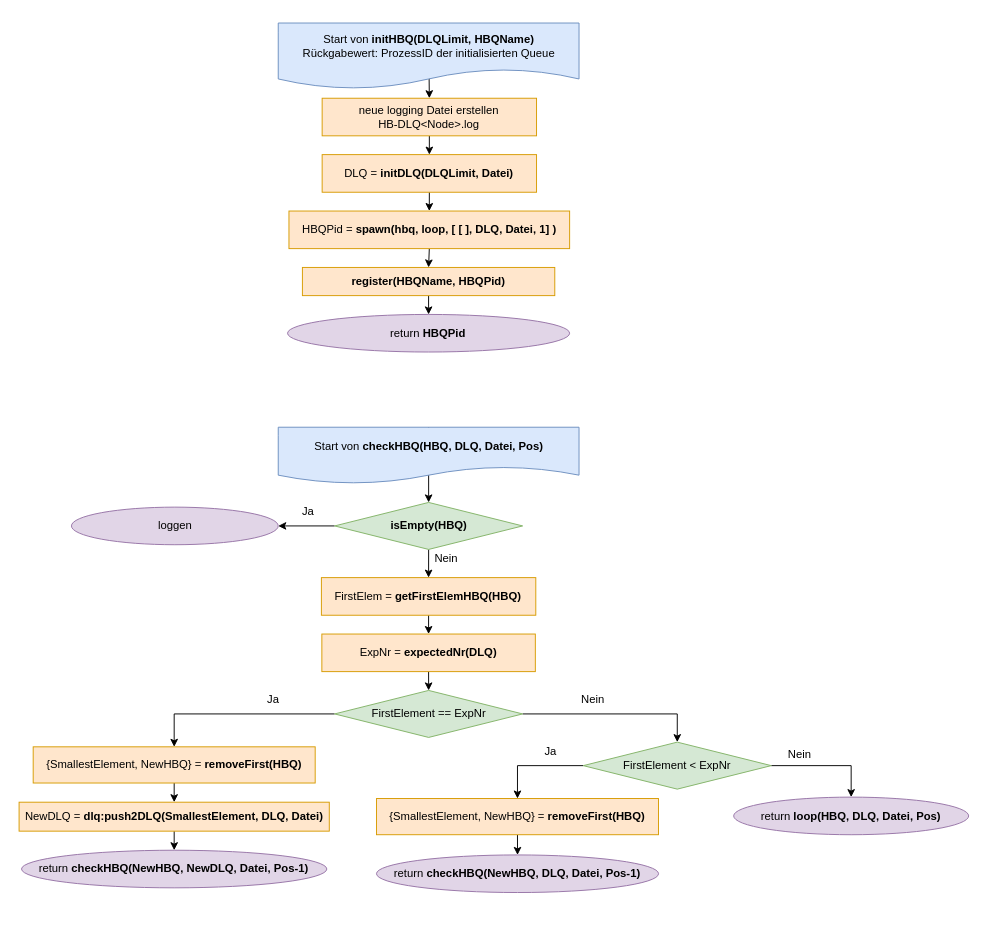
Before: Grafiken:Bilder/draw.io/HBQ/1. initHBQ.drawio in krisschaaf/Hausarbeit_Erlang_Queues, a draw.io diagram. Source tidied: cells renumbered, new cells numbered last; positions are measured from the earlier drawing's top-left corner, leaving out a move shared by most shapes. Both pictures are drawn from the tidied source at 94%, with x=0, y=0 at pixel (19, 23).
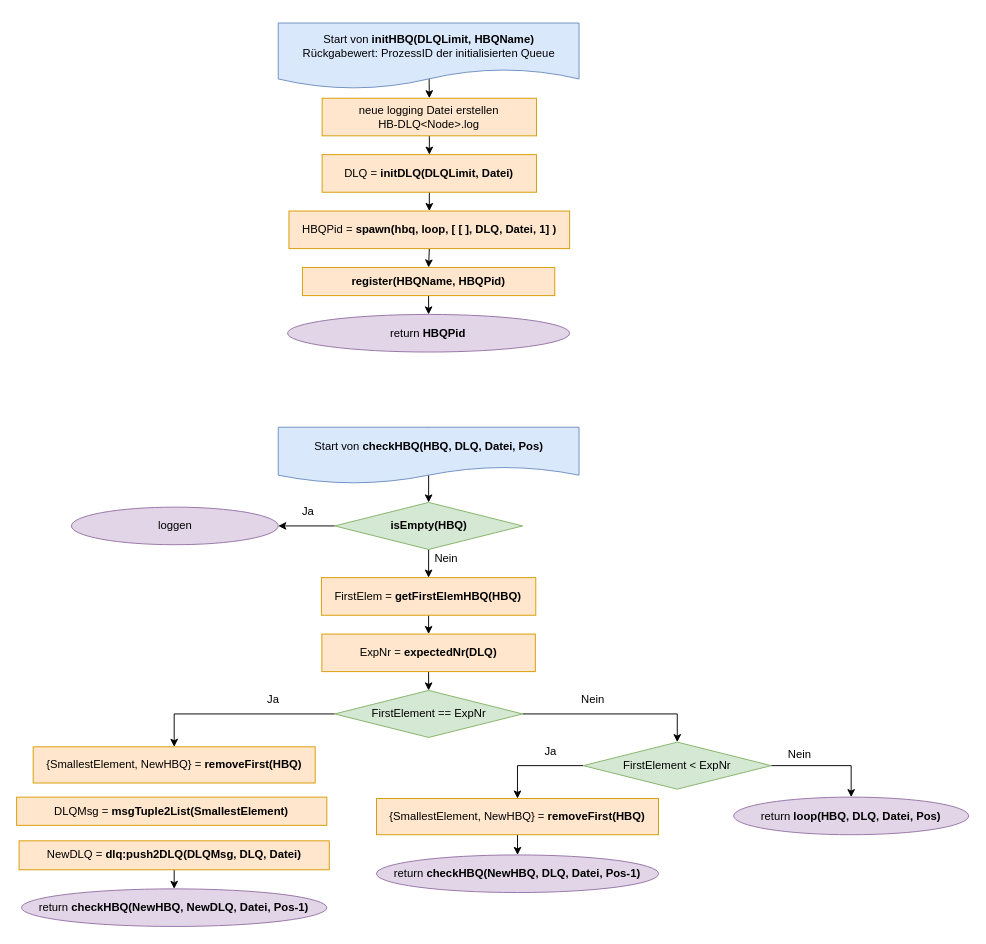
Above is the later version.

Unchanged cells that the change refers to:
```xml
<mxCell id="32" value="{SmallestElement, NewHBQ} = &lt;b&gt;removeFirst(HBQ)&lt;/b&gt;" style="rounded=0;whiteSpace=wrap;html=1;fillColor=#ffe6cc;strokeColor=#d79b00;" parent="1" vertex="1">
  <mxGeometry x="14.8" y="770" width="300" height="38.5" as="geometry" />
</mxCell>
```

What changed in the source:
```diff
@@
     <mxCell id="20" value="return &lt;b&gt;checkHBQ(NewHBQ, NewDLQ, Datei, Pos-1)&lt;/b&gt;" style="ellipse;whiteSpace=wrap;html=1;rounded=0;fillColor=#e1d5e7;strokeColor=#9673a6;" parent="1" vertex="1">
-      <mxGeometry x="2.4" y="880" width="324.8" height="40" as="geometry" />
+      <mxGeometry x="2.4" y="921.1" width="324.8" height="40" as="geometry" />
     </mxCell>
@@
-    <mxCell id="31" style="edgeStyle=orthogonalEdgeStyle;rounded=0;jettySize=auto;html=1;exitX=0.5;exitY=1;exitDx=0;exitDy=0;entryX=0.5;entryY=0;entryDx=0;entryDy=0;" parent="1" edge="1" source="32" target="34">
-      <mxGeometry relative="1" as="geometry" />
-    </mxCell>
@@
-    <mxCell id="34" value="NewDLQ = &lt;b&gt;dlq:push2DLQ(SmallestElement, DLQ, Datei)&lt;/b&gt;" style="rounded=0;whiteSpace=wrap;html=1;fillColor=#ffe6cc;strokeColor=#d79b00;" parent="1" vertex="1">
-      <mxGeometry x="-0.2" y="828.9" width="330" height="30.8" as="geometry" />
+    <mxCell id="34" value="NewDLQ = &lt;b&gt;dlq:push2DLQ(DLQMsg, DLQ, Datei)&lt;/b&gt;" style="rounded=0;whiteSpace=wrap;html=1;fillColor=#ffe6cc;strokeColor=#d79b00;" parent="1" vertex="1">
+      <mxGeometry x="-0.2" y="870" width="330" height="30.8" as="geometry" />
     </mxCell>
@@
+    <mxCell id="44" value="DLQMsg = &lt;b&gt;msgTuple2List(SmallestElement)&lt;/b&gt;" style="rounded=0;whiteSpace=wrap;html=1;fillColor=#ffe6cc;strokeColor=#d79b00;" parent="1" vertex="1">
+      <mxGeometry x="-2.8" y="823.5" width="330" height="30" as="geometry" />
+    </mxCell>
```
